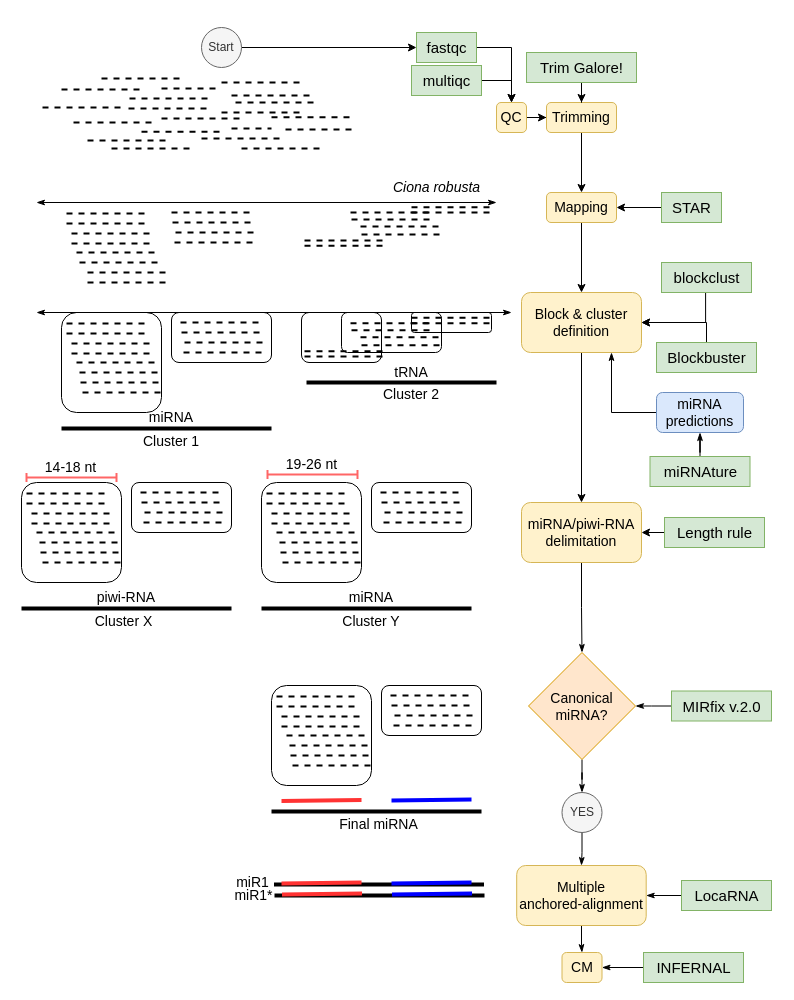
Earlier version of the draw.io diagram page "Page-1" (1 of 4) of tex/Figures/bledDraws.drawio (cavelandiah/julia-tufte-beamer). Source tidied: cells renumbered, new cells numbered last; positions are measured from the earlier drawing's top-left corner, leaving out a move shared by most shapes. Both pictures are drawn from the tidied source at 100%, with x=0, y=0 at pixel (21, 27).
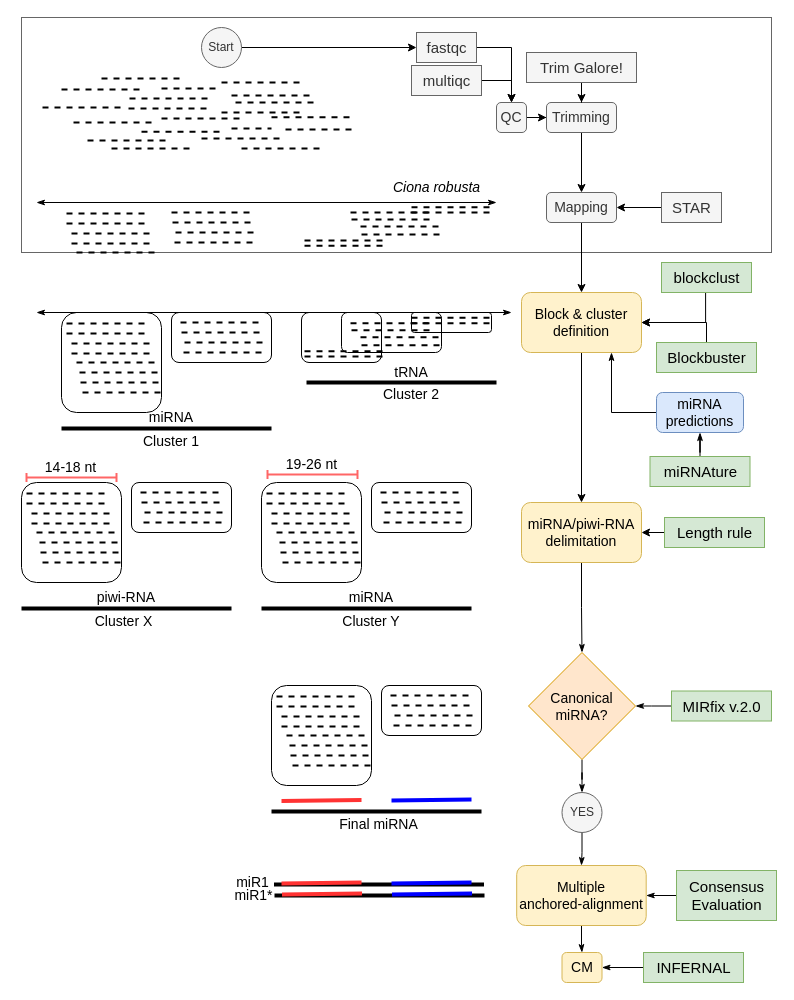
The same page after the edit.

The edit, as a diff of the source:
```diff
@@
+    <mxCell id="185" style="rounded=0;whiteSpace=wrap;html=1;fillColor=none;fontColor=#333333;strokeColor=#666666;" parent="1" vertex="1">
+      <mxGeometry y="-10" width="750" height="235" as="geometry" />
+    </mxCell>
@@
-    <mxCell id="13" style="endArrow=none;dashed=1;html=1;strokeWidth=2;rounded=0;" parent="1" edge="1">
-      <mxGeometry relative="1" as="geometry">
-        <mxPoint x="58" y="235" as="sourcePoint" />
-        <mxPoint x="138" y="235" as="targetPoint" />
-      </mxGeometry>
-    </mxCell>
-    <mxCell id="14" style="endArrow=none;dashed=1;html=1;strokeWidth=2;rounded=0;" parent="1" edge="1">
-      <mxGeometry relative="1" as="geometry">
-        <mxPoint x="66" y="245" as="sourcePoint" />
-        <mxPoint x="146" y="245" as="targetPoint" />
-      </mxGeometry>
-    </mxCell>
-    <mxCell id="15" style="endArrow=none;dashed=1;html=1;strokeWidth=2;rounded=0;" parent="1" edge="1">
-      <mxGeometry relative="1" as="geometry">
-        <mxPoint x="66" y="255" as="sourcePoint" />
-        <mxPoint x="146" y="255" as="targetPoint" />
-      </mxGeometry>
-    </mxCell>
@@
-    <mxCell id="47" value="&lt;font style=&quot;font-size: 14px;&quot;&gt;QC&lt;/font&gt;" style="rounded=1;whiteSpace=wrap;html=1;fillColor=#fff2cc;strokeColor=#d6b656;" parent="1" vertex="1">
+    <mxCell id="47" value="&lt;font style=&quot;font-size: 14px;&quot;&gt;QC&lt;/font&gt;" style="rounded=1;whiteSpace=wrap;html=1;fillColor=#f5f5f5;strokeColor=#666666;fontColor=#333333;" parent="1" vertex="1">
       <mxGeometry x="475" y="75" width="30" height="30" as="geometry" />
     </mxCell>
@@
-    <mxCell id="49" value="fastqc" style="text;html=1;align=center;verticalAlign=middle;points=[];strokeColor=#82b366;fillColor=#d5e8d4;fontSize=15;" parent="1" vertex="1">
+    <mxCell id="49" value="fastqc" style="text;html=1;align=center;verticalAlign=middle;points=[];strokeColor=#666666;fillColor=#f5f5f5;fontSize=15;fontColor=#333333;" parent="1" vertex="1">
       <mxGeometry x="395" y="5" width="60" height="30" as="geometry" />
     </mxCell>
@@
-    <mxCell id="51" value="multiqc" style="text;html=1;align=center;verticalAlign=middle;points=[];strokeColor=#82b366;fillColor=#d5e8d4;fontSize=15;" parent="1" vertex="1">
+    <mxCell id="51" value="multiqc" style="text;html=1;align=center;verticalAlign=middle;points=[];strokeColor=#666666;fillColor=#f5f5f5;fontSize=15;fontColor=#333333;" parent="1" vertex="1">
       <mxGeometry x="390" y="38" width="70" height="30" as="geometry" />
     </mxCell>
@@
-    <mxCell id="53" value="&lt;font style=&quot;font-size: 14px;&quot;&gt;Trimming&lt;/font&gt;" style="rounded=1;whiteSpace=wrap;html=1;fillColor=#fff2cc;strokeColor=#d6b656;" parent="1" vertex="1">
+    <mxCell id="53" value="&lt;font style=&quot;font-size: 14px;&quot;&gt;Trimming&lt;/font&gt;" style="rounded=1;whiteSpace=wrap;html=1;fillColor=#f5f5f5;strokeColor=#666666;fontColor=#333333;" parent="1" vertex="1">
       <mxGeometry x="525" y="75" width="70" height="30" as="geometry" />
     </mxCell>
@@
-    <mxCell id="55" value="&lt;font style=&quot;font-size: 14px;&quot;&gt;Mapping&lt;/font&gt;" style="rounded=1;whiteSpace=wrap;html=1;fillColor=#fff2cc;strokeColor=#d6b656;" parent="1" vertex="1">
+    <mxCell id="55" value="&lt;font style=&quot;font-size: 14px;&quot;&gt;Mapping&lt;/font&gt;" style="rounded=1;whiteSpace=wrap;html=1;fillColor=#f5f5f5;strokeColor=#666666;fontColor=#333333;" parent="1" vertex="1">
       <mxGeometry x="525" y="165" width="70" height="30" as="geometry" />
     </mxCell>
@@
-    <mxCell id="57" value="Trim Galore!" style="text;html=1;align=center;verticalAlign=middle;points=[];strokeColor=#82b366;fillColor=#d5e8d4;fontSize=15;" parent="1" vertex="1">
+    <mxCell id="57" value="Trim Galore!" style="text;html=1;align=center;verticalAlign=middle;points=[];strokeColor=#666666;fillColor=#f5f5f5;fontSize=15;fontColor=#333333;" parent="1" vertex="1">
       <mxGeometry x="505" y="25" width="110" height="30" as="geometry" />
     </mxCell>
@@
-    <mxCell id="59" value="STAR" style="text;html=1;align=center;verticalAlign=middle;points=[];strokeColor=#82b366;fillColor=#d5e8d4;fontSize=15;" parent="1" vertex="1">
+    <mxCell id="59" value="STAR" style="text;html=1;align=center;verticalAlign=middle;points=[];strokeColor=#666666;fillColor=#f5f5f5;fontSize=15;fontColor=#333333;" parent="1" vertex="1">
       <mxGeometry x="640" y="165" width="60" height="30" as="geometry" />
     </mxCell>
@@
-    <mxCell id="171" value="LocaRNA" style="text;html=1;align=center;verticalAlign=middle;points=[];strokeColor=#82b366;fillColor=#d5e8d4;fontSize=15;" parent="1" vertex="1">
-      <mxGeometry x="660" y="853" width="90" height="30" as="geometry" />
+    <mxCell id="171" value="Consensus&lt;br&gt;Evaluation&lt;br&gt;" style="text;html=1;align=center;verticalAlign=middle;points=[];strokeColor=#82b366;fillColor=#d5e8d4;fontSize=15;" parent="1" vertex="1">
+      <mxGeometry x="655" y="843" width="100" height="50" as="geometry" />
     </mxCell>
```
